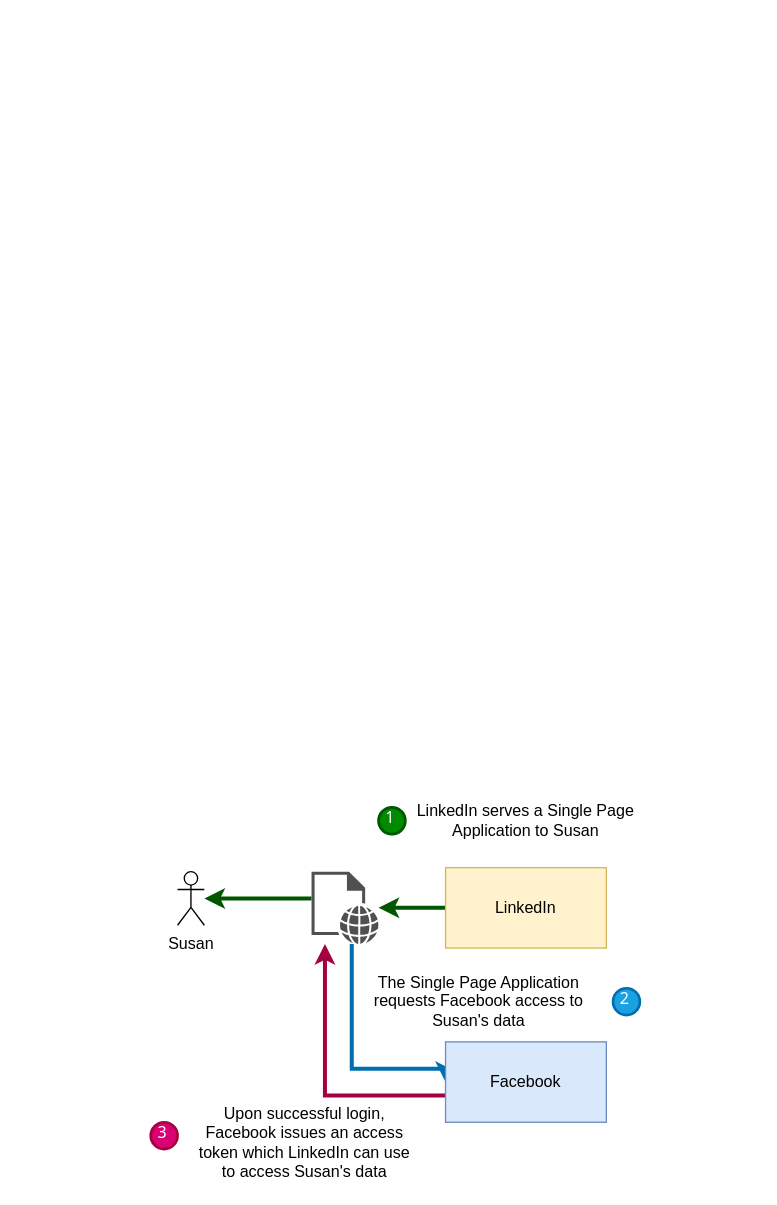
Before: page "11.3" (3 of 12) of ch11.drawio in abunuwas/microservices-apis-img, a draw.io diagram. Source tidied: cells renumbered, new cells numbered last; positions are measured from the earlier drawing's top-left corner, leaving out a move shared by most shapes. Both pictures are drawn from the tidied source at 134%, with x=0, y=0 at pixel (150, 800). Pictures stored in the file or linked from it are replaced by grey dashed boxes.
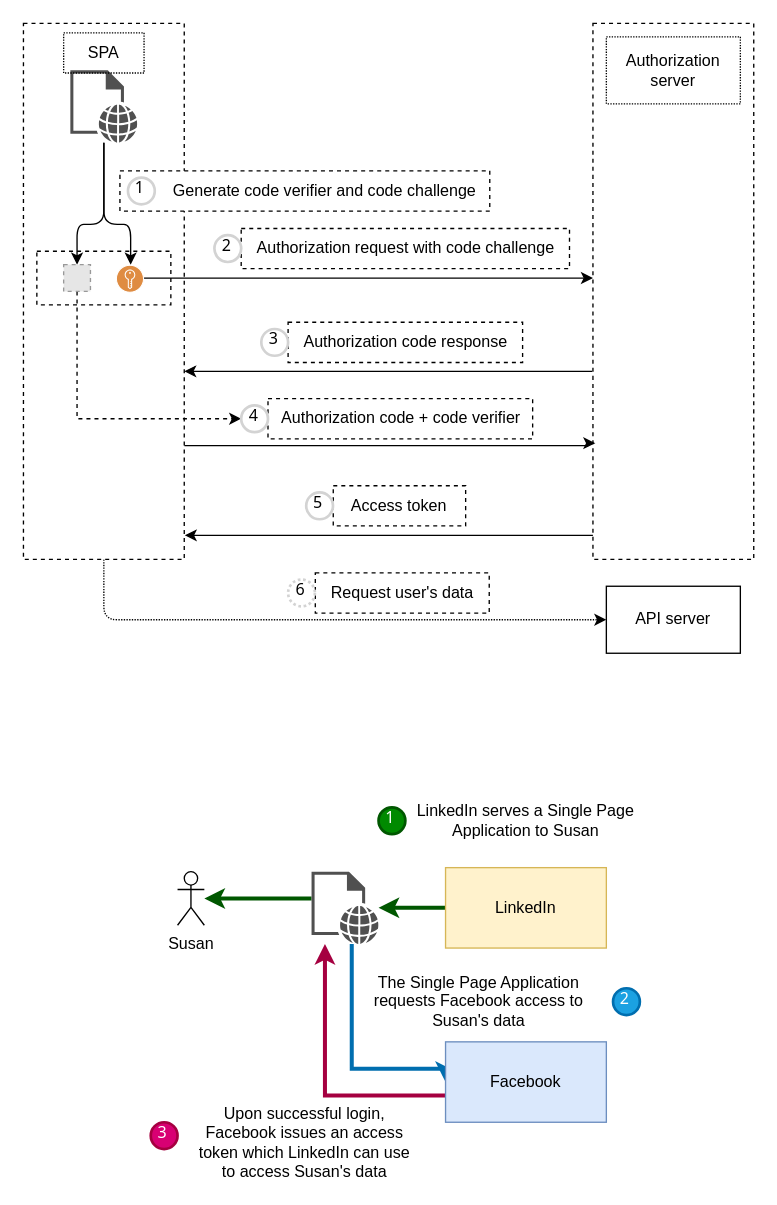
The same diagram, later.

What changed in the source:
```diff
@@
+    <mxCell id="16" style="edgeStyle=orthogonalEdgeStyle;rounded=0;jettySize=auto;html=1;entryX=1.003;entryY=0.955;entryDx=0;entryDy=0;entryPerimeter=0;" parent="1" edge="1" source="17" target="20">
+      <mxGeometry relative="1" as="geometry">
+        <Array as="points">
+          <mxPoint x="25" y="-199" />
+        </Array>
+      </mxGeometry>
+    </mxCell>
+    <mxCell id="17" style="rounded=0;whiteSpace=wrap;html=1;strokeColor=default;dashed=1;" parent="1" vertex="1">
+      <mxGeometry x="330" y="-580" width="120" height="400" as="geometry" />
+    </mxCell>
+    <mxCell id="18" style="edgeStyle=orthogonalEdgeStyle;rounded=0;jettySize=auto;html=1;entryX=0.015;entryY=0.783;entryDx=0;entryDy=0;entryPerimeter=0;" parent="1" edge="1" source="20" target="17">
+      <mxGeometry relative="1" as="geometry">
+        <Array as="points">
+          <mxPoint x="326" y="-265" />
+          <mxPoint x="326" y="-267" />
+        </Array>
+      </mxGeometry>
+    </mxCell>
+    <mxCell id="19" style="edgeStyle=orthogonalEdgeStyle;rounded=1;jettySize=auto;html=1;entryX=0;entryY=0.5;entryDx=0;entryDy=0;dashed=1;dashPattern=1 1;" parent="1" edge="1" source="20" target="27">
+      <mxGeometry relative="1" as="geometry">
+        <Array as="points">
+          <mxPoint x="-35" y="-135" />
+        </Array>
+      </mxGeometry>
+    </mxCell>
+    <mxCell id="20" style="rounded=0;whiteSpace=wrap;html=1;strokeColor=default;dashed=1;" parent="1" vertex="1">
+      <mxGeometry x="-95" y="-580" width="120" height="400" as="geometry" />
+    </mxCell>
+    <mxCell id="21" style="rounded=0;whiteSpace=wrap;html=1;dashed=1;" parent="1" vertex="1">
+      <mxGeometry x="-85" y="-410" width="100" height="40" as="geometry" />
+    </mxCell>
@@
+    <mxCell id="22" style="edgeStyle=orthogonalEdgeStyle;rounded=1;jettySize=auto;html=1;" parent="1" edge="1" source="24" target="31">
+      <mxGeometry relative="1" as="geometry">
+        <Array as="points">
+          <mxPoint x="-35" y="-430" />
+          <mxPoint x="-55" y="-430" />
+        </Array>
+      </mxGeometry>
+    </mxCell>
+    <mxCell id="23" style="edgeStyle=orthogonalEdgeStyle;rounded=1;jettySize=auto;html=1;" parent="1" edge="1" source="24" target="29">
+      <mxGeometry relative="1" as="geometry">
+        <Array as="points">
+          <mxPoint x="-35" y="-430" />
+          <mxPoint x="-15" y="-430" />
+        </Array>
+      </mxGeometry>
+    </mxCell>
+    <mxCell id="24" style="sketch=0;shadow=0;dashed=0;html=1;strokeColor=none;fillColor=#505050;labelPosition=center;verticalLabelPosition=bottom;verticalAlign=top;outlineConnect=0;align=center;shape=mxgraph.office.concepts.web_page;" parent="1" vertex="1">
+      <mxGeometry x="-60" y="-545" width="50" height="54" as="geometry" />
+    </mxCell>
+    <mxCell id="25" style="edgeStyle=orthogonalEdgeStyle;rounded=0;jettySize=auto;html=1;exitX=-0.005;exitY=0.649;exitDx=0;exitDy=0;exitPerimeter=0;" parent="1" edge="1" source="17" target="20">
+      <mxGeometry relative="1" as="geometry">
+        <Array as="points">
+          <mxPoint x="90" y="-320" />
+          <mxPoint x="90" y="-320" />
+        </Array>
+      </mxGeometry>
+    </mxCell>
+    <mxCell id="26" value="Authorization server" style="rounded=0;whiteSpace=wrap;html=1;dashed=1;dashPattern=1 1;" parent="1" vertex="1">
+      <mxGeometry x="340" y="-570" width="100" height="50" as="geometry" />
+    </mxCell>
+    <mxCell id="27" value="API server" style="rounded=0;whiteSpace=wrap;html=1;" parent="1" vertex="1">
+      <mxGeometry x="340" y="-160" width="100" height="50" as="geometry" />
+    </mxCell>
+    <mxCell id="28" style="edgeStyle=orthogonalEdgeStyle;rounded=0;jettySize=auto;html=1;" parent="1" edge="1" source="29">
+      <mxGeometry relative="1" as="geometry">
+        <mxPoint x="330" y="-390" as="targetPoint" />
+      </mxGeometry>
+    </mxCell>
+    <mxCell id="29" style="sketch=0;shadow=0;dashed=0;html=1;strokeColor=none;fillColor=#DF8C42;labelPosition=center;verticalLabelPosition=bottom;verticalAlign=top;align=center;outlineConnect=0;shape=mxgraph.veeam2.encrypted;" parent="1" vertex="1">
+      <mxGeometry x="-26" y="-400" width="21" height="21" as="geometry" />
+    </mxCell>
+    <mxCell id="30" style="edgeStyle=orthogonalEdgeStyle;rounded=0;jettySize=auto;html=1;entryX=0;entryY=0.5;entryDx=0;entryDy=0;dashed=1;" parent="1" edge="1" source="31" target="40">
+      <mxGeometry relative="1" as="geometry">
+        <Array as="points">
+          <mxPoint x="-55" y="-285" />
+        </Array>
+      </mxGeometry>
+    </mxCell>
+    <mxCell id="31" style="fillColor=#E6E6E6;strokeColor=#999999;dashed=1;html=1;verticalAlign=top;verticalLabelPosition=bottom;labelBackgroundColor=#ffffff;" parent="1" vertex="1">
+      <mxGeometry x="-65" y="-400" width="20" height="20" as="geometry" />
+    </mxCell>
+    <mxCell id="32" value="SPA" style="text;html=1;strokeColor=default;fillColor=none;align=center;verticalAlign=middle;whiteSpace=wrap;rounded=0;dashed=1;dashPattern=1 1;" parent="1" vertex="1">
+      <mxGeometry x="-65" y="-573" width="60" height="30" as="geometry" />
+    </mxCell>
+    <mxCell id="33" value="Generate code verifier and code challenge" style="text;html=1;strokeColor=default;fillColor=default;align=center;verticalAlign=middle;whiteSpace=wrap;rounded=0;dashed=1;spacingLeft=30;" parent="1" vertex="1">
+      <mxGeometry x="-23" y="-470" width="276" height="30" as="geometry" />
+    </mxCell>
+    <mxCell id="34" value="1" style="ellipse;whiteSpace=wrap;html=1;strokeWidth=2;fontFamily=Tahoma;spacingBottom=4;spacingRight=2;strokeColor=#d3d3d3;" parent="1" vertex="1">
+      <mxGeometry x="-17" y="-465" width="20" height="20" as="geometry" />
+    </mxCell>
+    <mxCell id="35" value="Authorization request with code challenge" style="text;html=1;strokeColor=default;fillColor=none;align=center;verticalAlign=middle;whiteSpace=wrap;rounded=0;dashed=1;" parent="1" vertex="1">
+      <mxGeometry x="67.5" y="-427" width="245" height="30" as="geometry" />
+    </mxCell>
+    <mxCell id="36" value="2" style="ellipse;whiteSpace=wrap;html=1;strokeWidth=2;fontFamily=Tahoma;spacingBottom=4;spacingRight=2;strokeColor=#d3d3d3;" parent="1" vertex="1">
+      <mxGeometry x="47.5" y="-422" width="20" height="20" as="geometry" />
+    </mxCell>
+    <mxCell id="37" value="Authorization code response" style="text;html=1;strokeColor=default;fillColor=none;align=center;verticalAlign=middle;whiteSpace=wrap;rounded=0;dashed=1;" parent="1" vertex="1">
+      <mxGeometry x="102.5" y="-357" width="175" height="30" as="geometry" />
+    </mxCell>
+    <mxCell id="38" value="3" style="ellipse;whiteSpace=wrap;html=1;strokeWidth=2;fontFamily=Tahoma;spacingBottom=4;spacingRight=2;strokeColor=#d3d3d3;" parent="1" vertex="1">
+      <mxGeometry x="82.5" y="-352" width="20" height="20" as="geometry" />
+    </mxCell>
+    <mxCell id="39" value="Authorization code + code verifier" style="text;html=1;strokeColor=default;fillColor=none;align=center;verticalAlign=middle;whiteSpace=wrap;rounded=0;dashed=1;" parent="1" vertex="1">
+      <mxGeometry x="87.5" y="-300" width="197.5" height="30" as="geometry" />
+    </mxCell>
+    <mxCell id="40" value="4" style="ellipse;whiteSpace=wrap;html=1;strokeWidth=2;fontFamily=Tahoma;spacingBottom=4;spacingRight=2;strokeColor=#d3d3d3;" parent="1" vertex="1">
+      <mxGeometry x="67.5" y="-295" width="20" height="20" as="geometry" />
+    </mxCell>
+    <mxCell id="41" value="Access token" style="text;html=1;strokeColor=default;fillColor=none;align=center;verticalAlign=middle;whiteSpace=wrap;rounded=0;dashed=1;" parent="1" vertex="1">
+      <mxGeometry x="136.2" y="-235" width="98.8" height="30" as="geometry" />
+    </mxCell>
+    <mxCell id="42" value="5" style="ellipse;whiteSpace=wrap;html=1;strokeWidth=2;fontFamily=Tahoma;spacingBottom=4;spacingRight=2;strokeColor=#d3d3d3;" parent="1" vertex="1">
+      <mxGeometry x="116" y="-230" width="20" height="20" as="geometry" />
+    </mxCell>
+    <mxCell id="43" value="Request user's data" style="text;html=1;strokeColor=default;fillColor=none;align=center;verticalAlign=middle;whiteSpace=wrap;rounded=0;dashed=1;" parent="1" vertex="1">
+      <mxGeometry x="122.8" y="-170" width="129.8" height="30" as="geometry" />
+    </mxCell>
+    <mxCell id="44" value="6" style="ellipse;whiteSpace=wrap;html=1;strokeWidth=2;fontFamily=Tahoma;spacingBottom=4;spacingRight=2;strokeColor=#d3d3d3;dashed=1;dashPattern=1 1;" parent="1" vertex="1">
+      <mxGeometry x="102.5" y="-165" width="20" height="20" as="geometry" />
+    </mxCell>
```
